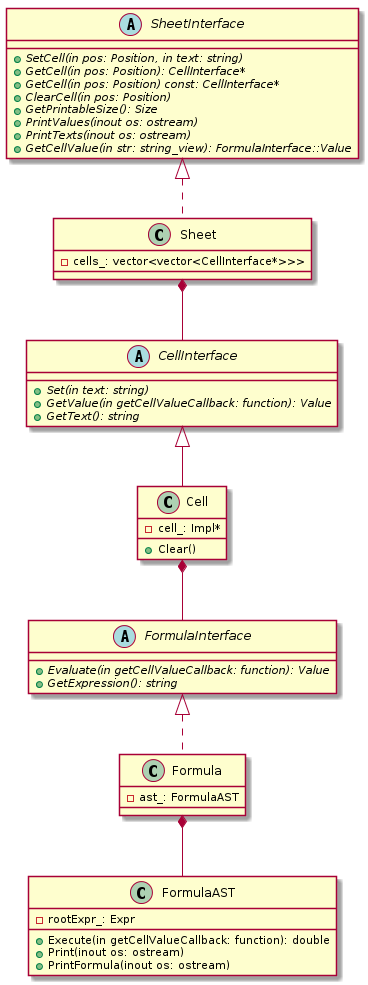
Earlier version of the PlantUML export uml/png/table.png (kazarynau/YandexPraktikumFinal).
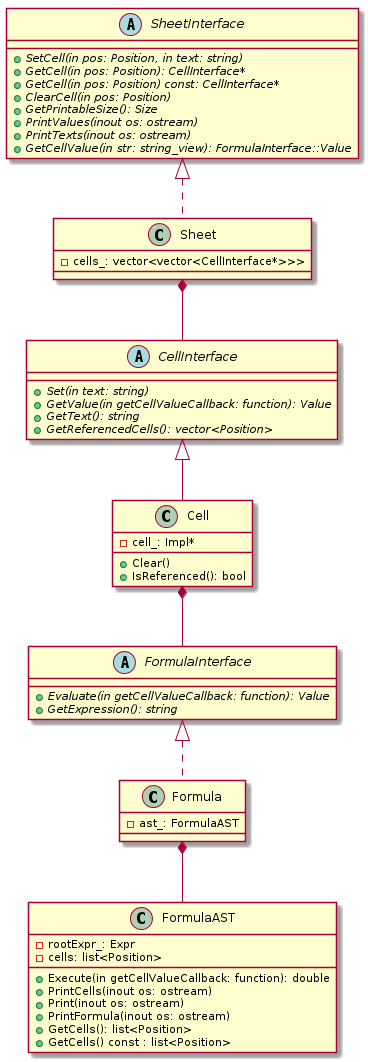
The same file after the commit.

Change to the diagram source:
```diff
@@ -5,10 +5,12 @@
     +{abstract} Set(in text: string)
     +{abstract} GetValue(in getCellValueCallback: function): Value
     +{abstract} GetText(): string
+    +{abstract} GetReferencedCells(): vector<Position>
 }
 
 class Cell {
     +Clear()
+    +IsReferenced(): bool
     -cell_: Impl*
 }
 
@@ -63,9 +65,13 @@
 
 class FormulaAST {
     +Execute(in getCellValueCallback: function): double
+    +PrintCells(inout os: ostream)
     +Print(inout os: ostream)
     +PrintFormula(inout os: ostream)
+    +GetCells(): list<Position>
+    +GetCells() const : list<Position>
     -rootExpr_: Expr
+    -cells: list<Position>
 }
 
 FormulaAST *-r- Expr
```
